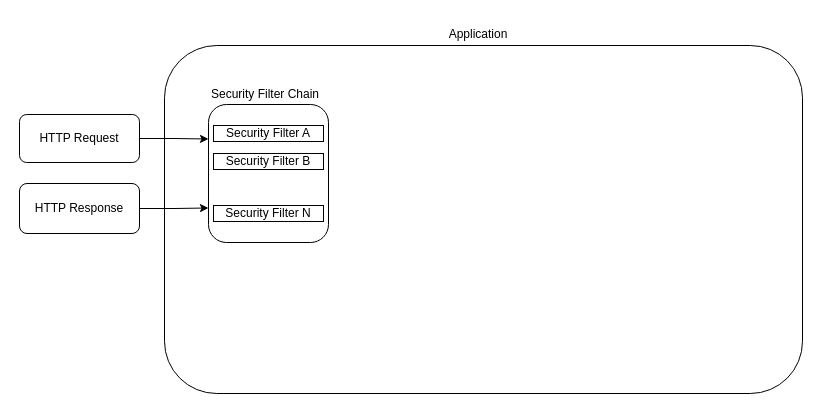
arijitdeb1/spring-security-6 keeps this draw.io diagram as images/main-arch.drawio. Above is the earlier version. Source tidied: cells renumbered, new cells numbered last; positions are measured from the earlier drawing's top-left corner, leaving out a move shared by most shapes. Both pictures are drawn from the tidied source at 100%, with x=0, y=0 at pixel (19, 19).
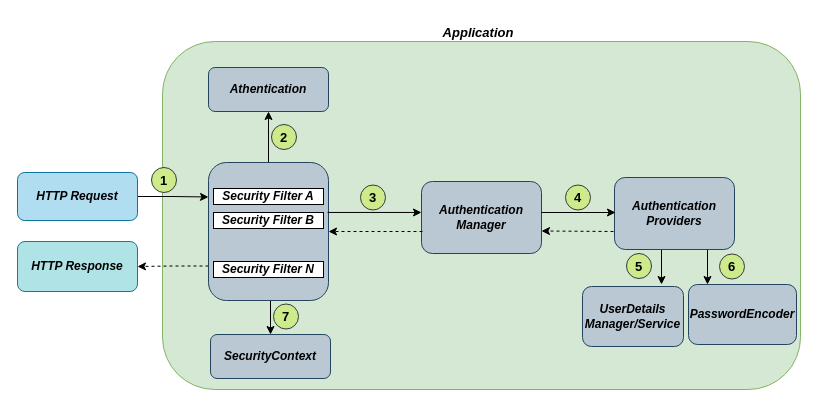
The same diagram, later.

Change to the diagram source:
```diff
@@
-<mxGraphModel>
+<mxGraphModel background="#FFFFFF">
@@
-    <mxCell id="2" style="rounded=1;whiteSpace=wrap;html=1;" parent="1" vertex="1">
-      <mxGeometry x="145" y="26" width="638" height="348" as="geometry" />
+    <mxCell id="2" style="rounded=1;whiteSpace=wrap;html=1;fillColor=#d5e8d4;strokeColor=#82b366;" parent="1" vertex="1">
+      <mxGeometry x="143" y="22" width="638" height="348" as="geometry" />
     </mxCell>
+    <mxCell id="13" style="edgeStyle=orthogonalEdgeStyle;rounded=0;jettySize=auto;html=1;exitX=0;exitY=0.75;exitDx=0;exitDy=0;entryX=1;entryY=0.5;entryDx=0;entryDy=0;dashed=1;" parent="1" edge="1" source="3" target="12">
+      <mxGeometry relative="1" as="geometry" />
+    </mxCell>
+    <mxCell id="14" style="edgeStyle=orthogonalEdgeStyle;rounded=0;jettySize=auto;html=1;exitX=0.5;exitY=0;exitDx=0;exitDy=0;entryX=0.5;entryY=1;entryDx=0;entryDy=0;fontSize=13;strokeColor=#000000;" parent="1" edge="1" source="3" target="16">
+      <mxGeometry relative="1" as="geometry" />
+    </mxCell>
+    <mxCell id="15" style="edgeStyle=orthogonalEdgeStyle;rounded=0;jettySize=auto;html=1;exitX=0.5;exitY=1;exitDx=0;exitDy=0;entryX=0.5;entryY=0;entryDx=0;entryDy=0;fontSize=13;strokeColor=#000000;" parent="1" edge="1" source="3" target="23">
+      <mxGeometry relative="1" as="geometry" />
+    </mxCell>
-    <mxCell id="3" style="rounded=1;whiteSpace=wrap;html=1;" parent="1" vertex="1">
-      <mxGeometry x="189" y="85" width="120" height="138" as="geometry" />
+    <mxCell id="3" style="rounded=1;whiteSpace=wrap;html=1;fillColor=#bac8d3;strokeColor=#23445d;" parent="1" vertex="1">
+      <mxGeometry x="189" y="143" width="120" height="138" as="geometry" />
     </mxCell>
-    <mxCell id="4" value="Security Filter Chain" style="text;html=1;strokeColor=none;fillColor=none;align=center;verticalAlign=middle;whiteSpace=wrap;rounded=0;" parent="1" vertex="1">
-      <mxGeometry x="185" y="60" width="122" height="30" as="geometry" />
-    </mxCell>
-    <mxCell id="5" value="Security Filter A" style="rounded=0;whiteSpace=wrap;html=1;" parent="1" vertex="1">
-      <mxGeometry x="194" y="106" width="110" height="16" as="geometry" />
-    </mxCell>
-    <mxCell id="6" value="Security Filter B" style="rounded=0;whiteSpace=wrap;html=1;" parent="1" vertex="1">
-      <mxGeometry x="194" y="134" width="110" height="16" as="geometry" />
+    <mxCell id="6" value="&lt;b&gt;&lt;i&gt;Security Filter B&lt;/i&gt;&lt;/b&gt;" style="rounded=0;whiteSpace=wrap;html=1;" parent="1" vertex="1">
+      <mxGeometry x="194" y="193" width="110" height="16" as="geometry" />
     </mxCell>
-    <mxCell id="7" value="Security Filter N" style="rounded=0;whiteSpace=wrap;html=1;" parent="1" vertex="1">
-      <mxGeometry x="194" y="186" width="110" height="16" as="geometry" />
+    <mxCell id="7" value="&lt;b&gt;&lt;i&gt;Security Filter N&lt;/i&gt;&lt;/b&gt;" style="rounded=0;whiteSpace=wrap;html=1;" parent="1" vertex="1">
+      <mxGeometry x="194" y="242" width="110" height="16" as="geometry" />
     </mxCell>
-    <mxCell id="8" value="Application" style="text;html=1;strokeColor=none;fillColor=none;align=center;verticalAlign=middle;whiteSpace=wrap;rounded=0;" parent="1" vertex="1">
-      <mxGeometry x="420" width="78" height="30" as="geometry" />
+    <mxCell id="8" value="&lt;font style=&quot;font-size: 13px&quot;&gt;&lt;b&gt;&lt;i&gt;Application&lt;/i&gt;&lt;/b&gt;&lt;/font&gt;" style="text;html=1;strokeColor=none;fillColor=none;align=center;verticalAlign=middle;whiteSpace=wrap;rounded=0;" parent="1" vertex="1">
+      <mxGeometry x="420" y="-2" width="78" height="30" as="geometry" />
     </mxCell>
@@
-    <mxCell id="10" value="HTTP Request" style="rounded=1;whiteSpace=wrap;html=1;" parent="1" vertex="1">
-      <mxGeometry y="95" width="120" height="48" as="geometry" />
+    <mxCell id="10" value="&lt;b&gt;&lt;i&gt;HTTP Request&lt;/i&gt;&lt;/b&gt;" style="rounded=1;whiteSpace=wrap;html=1;fillColor=#b1ddf0;strokeColor=#10739e;" parent="1" vertex="1">
+      <mxGeometry x="-2" y="153" width="120" height="48" as="geometry" />
     </mxCell>
-    <mxCell id="11" style="edgeStyle=orthogonalEdgeStyle;rounded=0;jettySize=auto;html=1;exitX=1;exitY=0.5;exitDx=0;exitDy=0;entryX=0;entryY=0.75;entryDx=0;entryDy=0;" parent="1" edge="1" source="12" target="3">
-      <mxGeometry relative="1" as="geometry" />
-    </mxCell>
-    <mxCell id="12" value="HTTP Response" style="rounded=1;whiteSpace=wrap;html=1;" parent="1" vertex="1">
-      <mxGeometry y="164" width="120" height="50" as="geometry" />
+    <mxCell id="12" value="&lt;b&gt;&lt;i&gt;HTTP Response&lt;/i&gt;&lt;/b&gt;" style="rounded=1;whiteSpace=wrap;html=1;fillColor=#b0e3e6;strokeColor=#0e8088;" parent="1" vertex="1">
+      <mxGeometry x="-2" y="222" width="120" height="50" as="geometry" />
     </mxCell>
+    <mxCell id="16" value="&lt;b&gt;&lt;i&gt;Athentication&lt;/i&gt;&lt;/b&gt;" style="rounded=1;whiteSpace=wrap;html=1;fillColor=#bac8d3;strokeColor=#23445d;" parent="1" vertex="1">
+      <mxGeometry x="189" y="48" width="120" height="44" as="geometry" />
+    </mxCell>
+    <mxCell id="5" value="&lt;b&gt;&lt;i&gt;Security Filter A&lt;/i&gt;&lt;/b&gt;" style="rounded=0;whiteSpace=wrap;html=1;" parent="1" vertex="1">
+      <mxGeometry x="194" y="169" width="110" height="16" as="geometry" />
+    </mxCell>
+    <mxCell id="17" value="&lt;b&gt;&lt;i&gt;Authentication Manager&lt;/i&gt;&lt;/b&gt;" style="rounded=1;whiteSpace=wrap;html=1;fillColor=#bac8d3;strokeColor=#23445d;" parent="1" vertex="1">
+      <mxGeometry x="402" y="162" width="120" height="72" as="geometry" />
+    </mxCell>
+    <mxCell id="18" style="edgeStyle=orthogonalEdgeStyle;rounded=0;orthogonalLoop=1;jettySize=auto;html=1;exitX=0.25;exitY=1;exitDx=0;exitDy=0;entryX=0.693;entryY=-0.033;entryDx=0;entryDy=0;entryPerimeter=0;fontSize=13;strokeColor=#000000;" parent="1" edge="1">
+      <mxGeometry relative="1" as="geometry">
+        <mxPoint x="634" y="230" as="sourcePoint" />
+        <mxPoint x="642" y="265" as="targetPoint" />
+      </mxGeometry>
+    </mxCell>
+    <mxCell id="19" style="edgeStyle=orthogonalEdgeStyle;rounded=0;orthogonalLoop=1;jettySize=auto;html=1;exitX=0.75;exitY=1;exitDx=0;exitDy=0;entryX=0.157;entryY=0;entryDx=0;entryDy=0;entryPerimeter=0;fontSize=13;strokeColor=#000000;" parent="1" edge="1">
+      <mxGeometry relative="1" as="geometry">
+        <mxPoint x="687" y="230" as="sourcePoint" />
+        <mxPoint x="688" y="265" as="targetPoint" />
+      </mxGeometry>
+    </mxCell>
+    <mxCell id="20" value="&lt;b&gt;&lt;i&gt;Authentication Providers&lt;/i&gt;&lt;/b&gt;" style="rounded=1;whiteSpace=wrap;html=1;fillColor=#bac8d3;strokeColor=#23445d;" parent="1" vertex="1">
+      <mxGeometry x="595" y="158" width="120" height="72" as="geometry" />
+    </mxCell>
+    <mxCell id="21" value="&lt;b&gt;&lt;i&gt;UserDetails&lt;br&gt;Manager/Service&lt;/i&gt;&lt;/b&gt;" style="rounded=1;whiteSpace=wrap;html=1;fillColor=#bac8d3;strokeColor=#23445d;" parent="1" vertex="1">
+      <mxGeometry x="563" y="267" width="101" height="60" as="geometry" />
+    </mxCell>
+    <mxCell id="22" value="&lt;b&gt;&lt;i&gt;PasswordEncoder&lt;/i&gt;&lt;/b&gt;" style="rounded=1;whiteSpace=wrap;html=1;fillColor=#bac8d3;strokeColor=#23445d;" parent="1" vertex="1">
+      <mxGeometry x="669" y="265" width="108" height="60" as="geometry" />
+    </mxCell>
+    <mxCell id="23" value="&lt;b&gt;&lt;i&gt;SecurityContext&lt;/i&gt;&lt;/b&gt;" style="rounded=1;whiteSpace=wrap;html=1;fillColor=#bac8d3;strokeColor=#23445d;" parent="1" vertex="1">
+      <mxGeometry x="191" y="315" width="120" height="44" as="geometry" />
+    </mxCell>
+    <mxCell id="24" style="endArrow=classic;html=1;rounded=0;fontSize=13;strokeColor=#000000;exitX=0.992;exitY=0.362;exitDx=0;exitDy=0;exitPerimeter=0;entryX=0;entryY=0.43;entryDx=0;entryDy=0;entryPerimeter=0;" parent="1" edge="1" source="3" target="17">
+      <mxGeometry relative="1" as="geometry" />
+    </mxCell>
+    <mxCell id="25" style="endArrow=classic;html=1;rounded=0;fontSize=13;strokeColor=#000000;entryX=1;entryY=0.5;entryDx=0;entryDy=0;dashed=1;" parent="1" edge="1" target="3">
+      <mxGeometry relative="1" as="geometry">
+        <mxPoint x="403" y="212" as="sourcePoint" />
+      </mxGeometry>
+    </mxCell>
+    <mxCell id="26" style="endArrow=classic;html=1;rounded=0;fontSize=13;strokeColor=#000000;exitX=0.992;exitY=0.362;exitDx=0;exitDy=0;exitPerimeter=0;" parent="1" edge="1">
+      <mxGeometry relative="1" as="geometry">
+        <mxPoint x="522" y="193" as="sourcePoint" />
+        <mxPoint x="596" y="193" as="targetPoint" />
+      </mxGeometry>
+    </mxCell>
+    <mxCell id="27" style="endArrow=classic;html=1;rounded=0;fontSize=13;strokeColor=#000000;entryX=1;entryY=0.5;entryDx=0;entryDy=0;dashed=1;" parent="1" edge="1">
+      <mxGeometry relative="1" as="geometry">
+        <mxPoint x="594" y="212" as="sourcePoint" />
+        <mxPoint x="522" y="211.5" as="targetPoint" />
+      </mxGeometry>
+    </mxCell>
+    <mxCell id="28" value="&lt;b&gt;1&lt;/b&gt;" style="ellipse;whiteSpace=wrap;html=1;fontSize=13;fillColor=#cdeb8b;strokeColor=#36393d;" parent="1" vertex="1">
+      <mxGeometry x="132" y="148" width="25" height="25" as="geometry" />
+    </mxCell>
+    <mxCell id="29" value="&lt;b&gt;2&lt;/b&gt;" style="ellipse;whiteSpace=wrap;html=1;fontSize=13;fillColor=#cdeb8b;strokeColor=#36393d;" parent="1" vertex="1">
+      <mxGeometry x="252" y="105" width="25" height="25" as="geometry" />
+    </mxCell>
+    <mxCell id="30" value="&lt;b&gt;3&lt;/b&gt;" style="ellipse;whiteSpace=wrap;html=1;fontSize=13;fillColor=#cdeb8b;strokeColor=#36393d;" parent="1" vertex="1">
+      <mxGeometry x="341" y="165.5" width="25" height="25" as="geometry" />
+    </mxCell>
+    <mxCell id="31" value="&lt;b&gt;4&lt;/b&gt;" style="ellipse;whiteSpace=wrap;html=1;fontSize=13;fillColor=#cdeb8b;strokeColor=#36393d;" parent="1" vertex="1">
+      <mxGeometry x="546" y="165.5" width="25" height="25" as="geometry" />
+    </mxCell>
+    <mxCell id="32" value="&lt;b&gt;5&lt;/b&gt;" style="ellipse;whiteSpace=wrap;html=1;fontSize=13;fillColor=#cdeb8b;strokeColor=#36393d;" parent="1" vertex="1">
+      <mxGeometry x="607" y="234" width="25" height="25" as="geometry" />
+    </mxCell>
+    <mxCell id="33" value="&lt;b&gt;6&lt;/b&gt;" style="ellipse;whiteSpace=wrap;html=1;fontSize=13;fillColor=#cdeb8b;strokeColor=#36393d;" parent="1" vertex="1">
+      <mxGeometry x="700" y="234.5" width="25" height="25" as="geometry" />
+    </mxCell>
+    <mxCell id="34" value="&lt;b&gt;7&lt;/b&gt;" style="ellipse;whiteSpace=wrap;html=1;fontSize=13;fillColor=#cdeb8b;strokeColor=#36393d;" parent="1" vertex="1">
+      <mxGeometry x="254" y="284.5" width="25" height="25" as="geometry" />
+    </mxCell>
```
